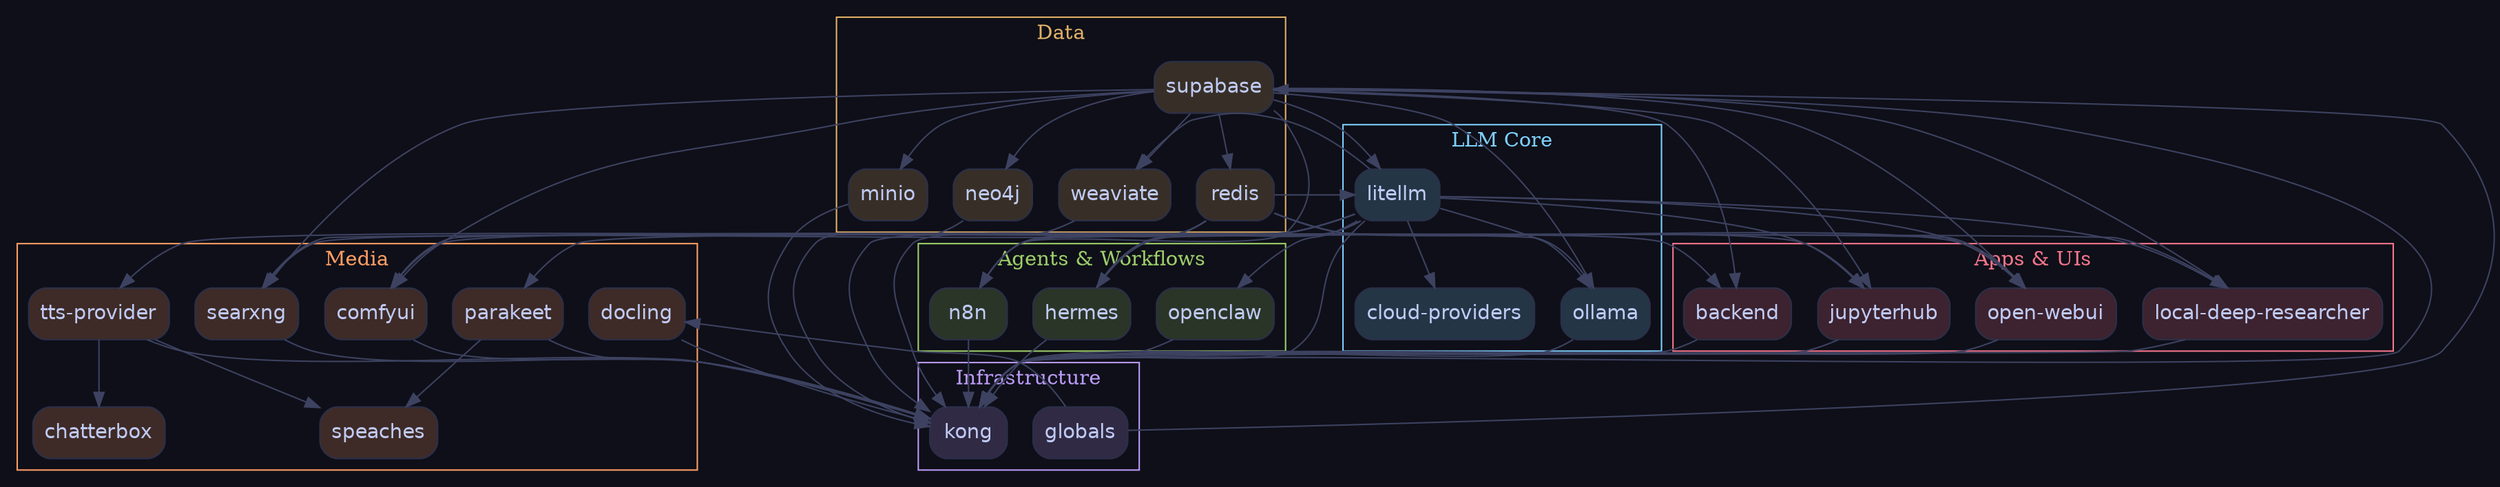
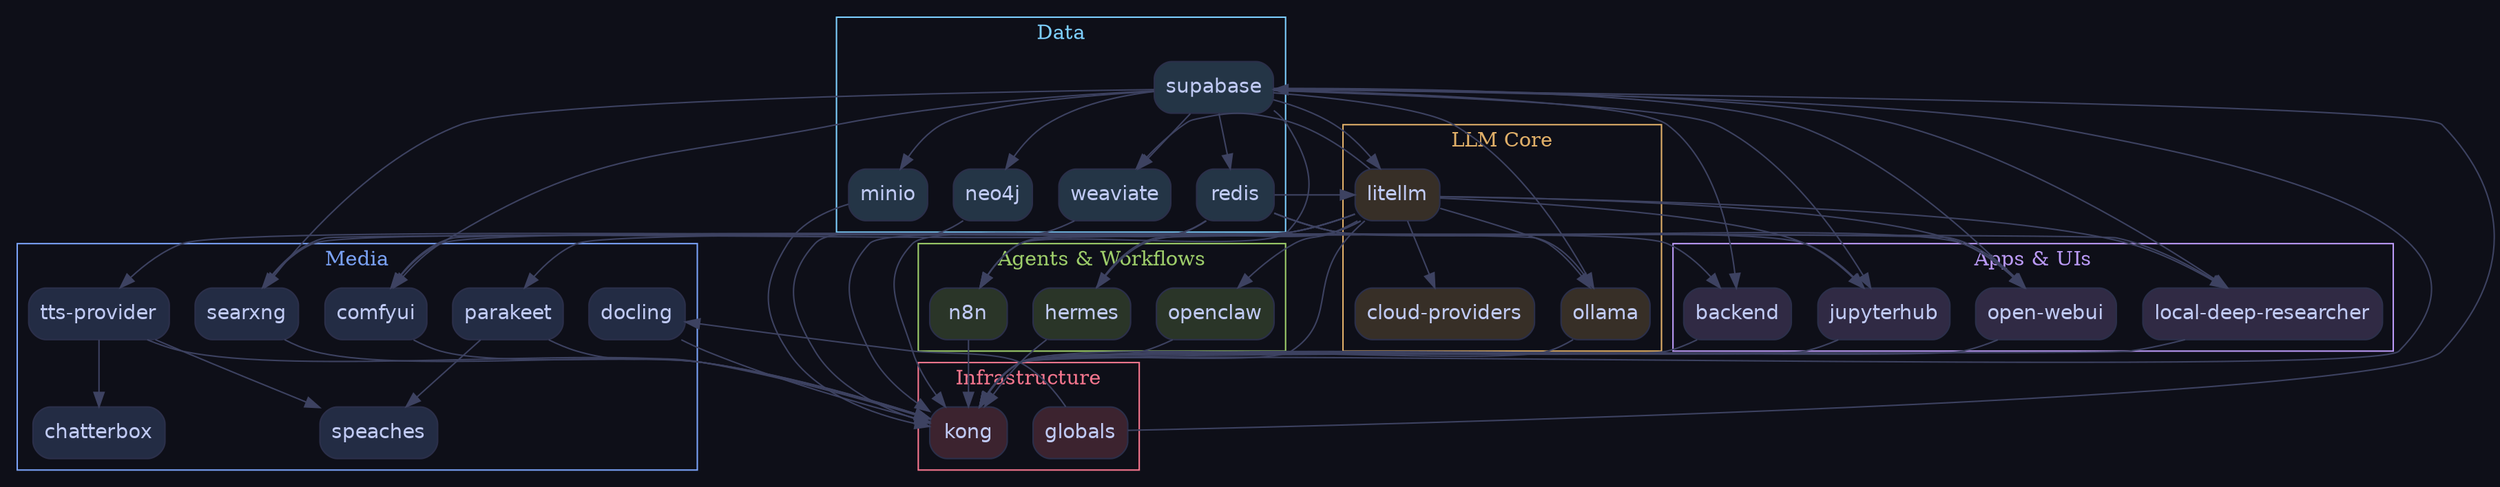
digraph stack {
  rankdir=TB;
  bgcolor="#0e0f18";
  node [shape=box, style="filled,rounded", fontname="Helvetica", fontcolor="#c0caf5", color="#2b2f4a"];
  edge [color="#3d4261"];

  subgraph "cluster_infra" {
    label="Infrastructure";
-     fontcolor="#bb9af7";
-     color="#bb9af7";
-     "globals" [fillcolor="#bb9af733"];
-     "kong" [fillcolor="#bb9af733"];
+     fontcolor="#f7768e";
+     color="#f7768e";
+     "globals" [fillcolor="#f7768e33"];
+     "kong" [fillcolor="#f7768e33"];
  }

  subgraph "cluster_data" {
    label="Data";
-     fontcolor="#e0af68";
-     color="#e0af68";
-     "supabase" [fillcolor="#e0af6833"];
-     "minio" [fillcolor="#e0af6833"];
-     "neo4j" [fillcolor="#e0af6833"];
-     "redis" [fillcolor="#e0af6833"];
-     "weaviate" [fillcolor="#e0af6833"];
+     fontcolor="#7dcfff";
+     color="#7dcfff";
+     "supabase" [fillcolor="#7dcfff33"];
+     "minio" [fillcolor="#7dcfff33"];
+     "neo4j" [fillcolor="#7dcfff33"];
+     "redis" [fillcolor="#7dcfff33"];
+     "weaviate" [fillcolor="#7dcfff33"];
  }

  subgraph "cluster_llm" {
    label="LLM Core";
-     fontcolor="#7dcfff";
-     color="#7dcfff";
-     "litellm" [fillcolor="#7dcfff33"];
-     "cloud-providers" [fillcolor="#7dcfff33"];
-     "ollama" [fillcolor="#7dcfff33"];
+     fontcolor="#e0af68";
+     color="#e0af68";
+     "litellm" [fillcolor="#e0af6833"];
+     "cloud-providers" [fillcolor="#e0af6833"];
+     "ollama" [fillcolor="#e0af6833"];
  }

  subgraph "cluster_media" {
    label="Media";
-     fontcolor="#ff9e64";
-     color="#ff9e64";
-     "docling" [fillcolor="#ff9e6433"];
-     "comfyui" [fillcolor="#ff9e6433"];
-     "parakeet" [fillcolor="#ff9e6433"];
-     "searxng" [fillcolor="#ff9e6433"];
-     "tts-provider" [fillcolor="#ff9e6433"];
-     "chatterbox" [fillcolor="#ff9e6433"];
-     "speaches" [fillcolor="#ff9e6433"];
+     fontcolor="#7aa2f7";
+     color="#7aa2f7";
+     "docling" [fillcolor="#7aa2f733"];
+     "comfyui" [fillcolor="#7aa2f733"];
+     "parakeet" [fillcolor="#7aa2f733"];
+     "searxng" [fillcolor="#7aa2f733"];
+     "tts-provider" [fillcolor="#7aa2f733"];
+     "chatterbox" [fillcolor="#7aa2f733"];
+     "speaches" [fillcolor="#7aa2f733"];
  }

  subgraph "cluster_agents" {
    label="Agents & Workflows";
    fontcolor="#9ece6a";
    color="#9ece6a";
    "hermes" [fillcolor="#9ece6a33"];
    "n8n" [fillcolor="#9ece6a33"];
    "openclaw" [fillcolor="#9ece6a33"];
  }

  subgraph "cluster_apps" {
    label="Apps & UIs";
-     fontcolor="#f7768e";
-     color="#f7768e";
-     "backend" [fillcolor="#f7768e33"];
-     "jupyterhub" [fillcolor="#f7768e33"];
-     "open-webui" [fillcolor="#f7768e33"];
-     "local-deep-researcher" [fillcolor="#f7768e33"];
+     fontcolor="#bb9af7";
+     color="#bb9af7";
+     "backend" [fillcolor="#bb9af733"];
+     "jupyterhub" [fillcolor="#bb9af733"];
+     "open-webui" [fillcolor="#bb9af733"];
+     "local-deep-researcher" [fillcolor="#bb9af733"];
  }

  "supabase" -> "backend";
  "redis" -> "backend";
  "tts-provider" -> "chatterbox";
  "litellm" -> "cloud-providers";
  "supabase" -> "comfyui";
  "litellm" -> "comfyui";
  "ollama" -> "comfyui";
  "globals" -> "docling";
  "litellm" -> "hermes";
  "supabase" -> "jupyterhub";
  "redis" -> "jupyterhub";
  "litellm" -> "jupyterhub";
  "supabase" -> "kong";
  "redis" -> "kong";
  "litellm" -> "kong";
  "open-webui" -> "kong";
  "n8n" -> "kong";
  "hermes" -> "kong";
  "openclaw" -> "kong";
  "jupyterhub" -> "kong";
  "backend" -> "kong";
  "searxng" -> "kong";
  "minio" -> "kong";
  "comfyui" -> "kong";
  "local-deep-researcher" -> "kong";
  "neo4j" -> "kong";
  "weaviate" -> "kong";
  "tts-provider" -> "kong";
  "parakeet" -> "kong";
  "docling" -> "kong";
  "ollama" -> "kong";
  "supabase" -> "litellm";
  "redis" -> "litellm";
  "supabase" -> "local-deep-researcher";
  "searxng" -> "local-deep-researcher";
  "litellm" -> "local-deep-researcher";
  "supabase" -> "minio";
  "supabase" -> "n8n";
  "redis" -> "n8n";
  "litellm" -> "n8n";
  "supabase" -> "neo4j";
  "supabase" -> "ollama";
  "litellm" -> "ollama";
  "supabase" -> "open-webui";
  "redis" -> "open-webui";
  "litellm" -> "open-webui";
  "hermes" -> "open-webui";
  "litellm" -> "openclaw";
  "litellm" -> "parakeet";
  "supabase" -> "redis";
  "supabase" -> "searxng";
  "redis" -> "searxng";
  "parakeet" -> "speaches";
  "tts-provider" -> "speaches";
  "globals" -> "supabase";
  "litellm" -> "tts-provider";
  "supabase" -> "weaviate";
  "litellm" -> "weaviate";
}
